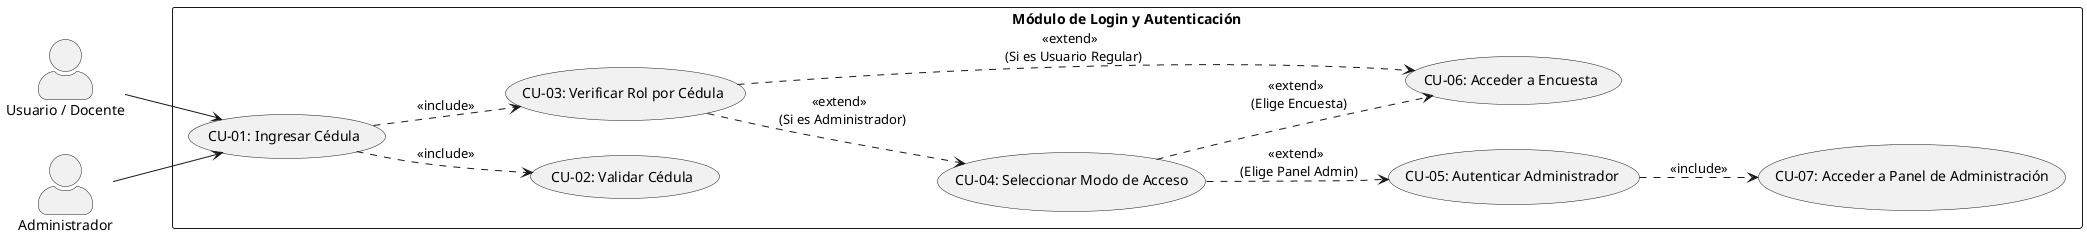
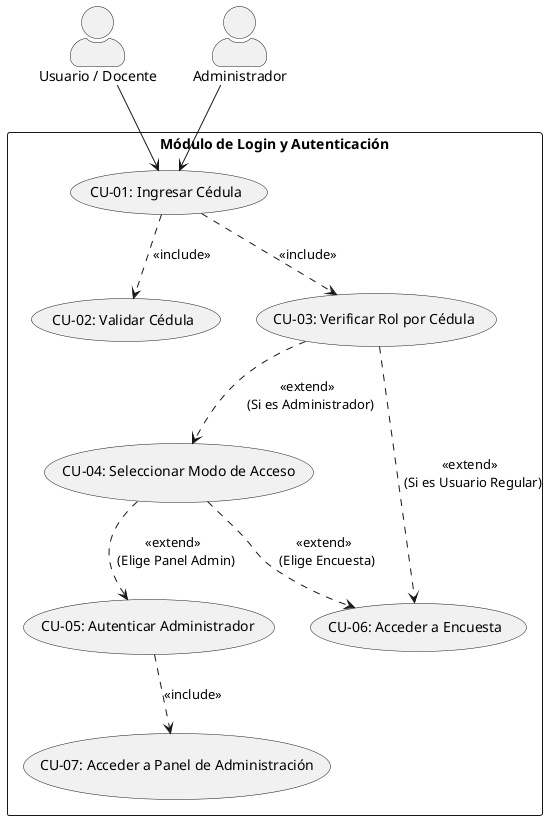
@startuml Diagrama_Casos_De_Uso_Autenticacion

- left to right direction
+ top to bottom direction
skinparam packageStyle rectangle
skinparam shadowing false
skinparam actorStyle awesome

actor "Usuario / Docente" as Usuario
actor "Administrador" as Admin

rectangle "Módulo de Login y Autenticación" {
    usecase "CU-01: Ingresar Cédula" as CU_IngresarCedula
    usecase "CU-02: Validar Cédula" as CU_ValidarCedula
    usecase "CU-03: Verificar Rol por Cédula" as CU_VerificarRol
    usecase "CU-04: Seleccionar Modo de Acceso" as CU_SeleccionarModo
    usecase "CU-05: Autenticar Administrador" as CU_AutenticarAdmin
    usecase "CU-06: Acceder a Encuesta" as CU_AccederEncuesta
    usecase "CU-07: Acceder a Panel de Administración" as CU_AccederPanel
}

Usuario --> CU_IngresarCedula
Admin --> CU_IngresarCedula

CU_IngresarCedula ..> CU_ValidarCedula : <<include>>
CU_IngresarCedula ..> CU_VerificarRol : <<include>>

CU_VerificarRol ..> CU_AccederEncuesta : <<extend>> \n (Si es Usuario Regular)
CU_VerificarRol ..> CU_SeleccionarModo : <<extend>> \n (Si es Administrador)

CU_SeleccionarModo ..> CU_AccederEncuesta : <<extend>> \n (Elige Encuesta)
CU_SeleccionarModo ..> CU_AutenticarAdmin : <<extend>> \n (Elige Panel Admin)

CU_AutenticarAdmin ..> CU_AccederPanel : <<include>>

@enduml
